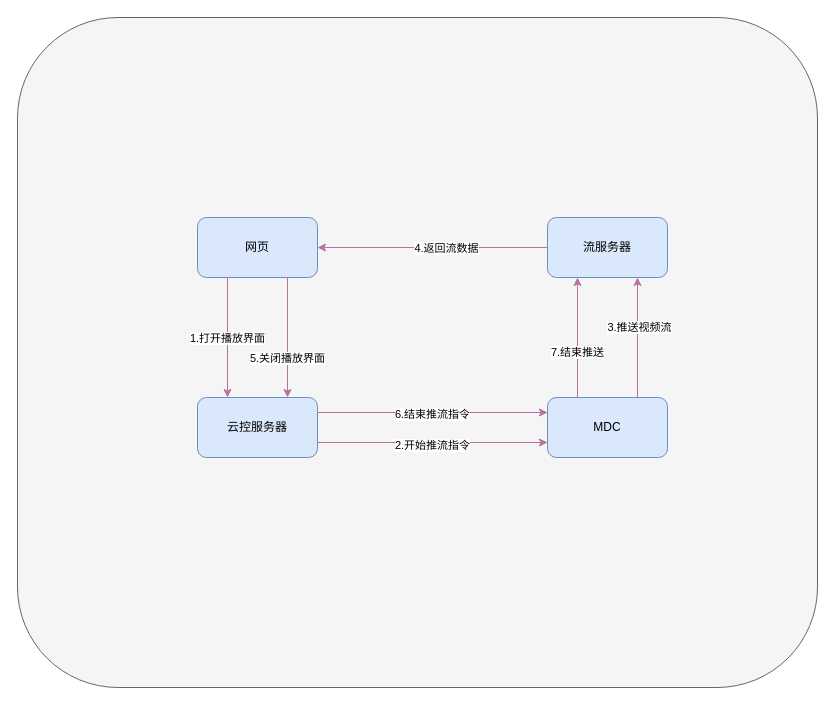
The draw.io diagram 未命名绘图.drawio in xiaoleli/diagrams, before the edit. Source tidied: cells renumbered, new cells numbered last; positions are measured from the earlier drawing's top-left corner, leaving out a move shared by most shapes. Both pictures are drawn from the tidied source at 100%, with x=0, y=0 at pixel (17, 17).
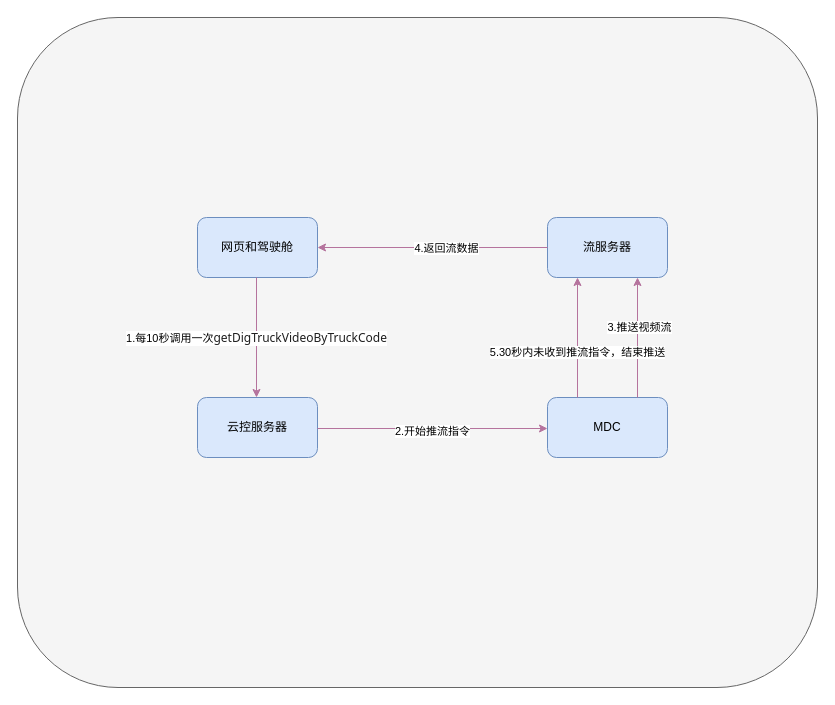
Above is the later version.

Commit message:
更新未命名绘图.drawio

Unchanged cells that the change refers to:
```xml
<mxCell id="3" value="云控服务器" style="rounded=1;whiteSpace=wrap;html=1;fillColor=#dae8fc;strokeColor=#6c8ebf;" parent="1" vertex="1">
  <mxGeometry x="180" y="380" width="120" height="60" as="geometry" />
</mxCell>
<mxCell id="5" value="MDC" style="rounded=1;whiteSpace=wrap;html=1;fillColor=#dae8fc;strokeColor=#6c8ebf;" parent="1" vertex="1">
  <mxGeometry x="530" y="380" width="120" height="60" as="geometry" />
</mxCell>
<mxCell id="19" style="endArrow=classic;html=1;rounded=0;exitX=0.25;exitY=0;exitDx=0;exitDy=0;entryX=0.25;entryY=1;entryDx=0;entryDy=0;strokeColor=#B5739D;" parent="1" edge="1" source="5" target="4">
  <mxGeometry relative="1" as="geometry" />
</mxCell>
```

The edit, as a diff of the source:
```diff
@@
-    <mxCell id="6" value="网页" style="rounded=1;whiteSpace=wrap;html=1;fillColor=#dae8fc;strokeColor=#6c8ebf;" parent="1" vertex="1">
+    <mxCell id="6" value="网页和驾驶舱" style="rounded=1;whiteSpace=wrap;html=1;fillColor=#dae8fc;strokeColor=#6c8ebf;" parent="1" vertex="1">
       <mxGeometry x="180" y="200" width="120" height="60" as="geometry" />
     </mxCell>
-    <mxCell id="7" style="endArrow=classic;html=1;rounded=0;exitX=0.25;exitY=1;exitDx=0;exitDy=0;entryX=0.25;entryY=0;entryDx=0;entryDy=0;strokeColor=#B5739D;" parent="1" edge="1" source="6" target="3">
-      <mxGeometry relative="1" as="geometry" />
+    <mxCell id="7" style="endArrow=classic;html=1;rounded=0;exitX=0.25;exitY=1;exitDx=0;exitDy=0;entryX=0.25;entryY=0;entryDx=0;entryDy=0;strokeColor=#B5739D;" parent="1" edge="1">
+      <mxGeometry relative="1" as="geometry">
+        <mxPoint x="239" y="260" as="sourcePoint" />
+        <mxPoint x="239" y="380" as="targetPoint" />
+      </mxGeometry>
     </mxCell>
-    <mxCell id="8" value="1.打开播放界面" style="edgeLabel;html=1;align=center;verticalAlign=middle;" parent="7" vertex="1">
+    <mxCell id="8" value="1.每10秒调用一次&lt;span style=&quot;color: rgb(31, 31, 31); font-family: system-ui, sans-serif; font-size: 12px; text-align: start; white-space: normal;&quot;&gt;getDigTruckVideoByTruckCode&lt;/span&gt;" style="edgeLabel;html=1;align=center;verticalAlign=middle;" parent="7" vertex="1">
       <mxGeometry x="0.1" y="-1" relative="1" as="geometry">
         <mxPoint y="-6" as="offset" />
       </mxGeometry>
     </mxCell>
-    <mxCell id="9" style="endArrow=classic;html=1;rounded=0;entryX=0;entryY=0.75;entryDx=0;entryDy=0;strokeColor=#B5739D;exitX=1;exitY=0.75;exitDx=0;exitDy=0;" parent="1" edge="1" source="3" target="5">
-      <mxGeometry relative="1" as="geometry" />
+    <mxCell id="9" style="endArrow=classic;html=1;rounded=0;entryX=0;entryY=0.75;entryDx=0;entryDy=0;strokeColor=#B5739D;exitX=1;exitY=0.75;exitDx=0;exitDy=0;" parent="1" edge="1">
+      <mxGeometry relative="1" as="geometry">
+        <mxPoint x="300" y="411" as="sourcePoint" />
+        <mxPoint x="530" y="411" as="targetPoint" />
+      </mxGeometry>
     </mxCell>
@@
-    <mxCell id="15" style="endArrow=classic;html=1;rounded=0;exitX=0.75;exitY=1;exitDx=0;exitDy=0;entryX=0.75;entryY=0;entryDx=0;entryDy=0;strokeColor=#B5739D;" parent="1" edge="1" source="6" target="3">
-      <mxGeometry relative="1" as="geometry" />
-    </mxCell>
-    <mxCell id="16" value="5.关闭播放界面" style="edgeLabel;html=1;align=center;verticalAlign=middle;" parent="15" vertex="1">
-      <mxGeometry x="0.07" y="-1" relative="1" as="geometry">
-        <mxPoint y="16" as="offset" />
-      </mxGeometry>
-    </mxCell>
-    <mxCell id="17" style="endArrow=classic;html=1;rounded=0;exitX=1;exitY=0.25;exitDx=0;exitDy=0;entryX=0;entryY=0.25;entryDx=0;entryDy=0;strokeColor=#B5739D;" parent="1" edge="1" source="3" target="5">
-      <mxGeometry relative="1" as="geometry" />
-    </mxCell>
-    <mxCell id="18" value="6.结束推流指令" style="edgeLabel;html=1;align=center;verticalAlign=middle;" parent="17" vertex="1">
-      <mxGeometry x="0.08" y="-1" relative="1" as="geometry">
-        <mxPoint x="-10" as="offset" />
-      </mxGeometry>
-    </mxCell>
@@
-    <mxCell id="20" value="7.结束推送" style="edgeLabel;html=1;align=center;verticalAlign=middle;" parent="19" vertex="1">
+    <mxCell id="20" value="5.30秒内未收到推流指令，结束推送" style="edgeLabel;html=1;align=center;verticalAlign=middle;" parent="19" vertex="1">
       <mxGeometry x="-0.23" y="1" relative="1" as="geometry" />
     </mxCell>
```
